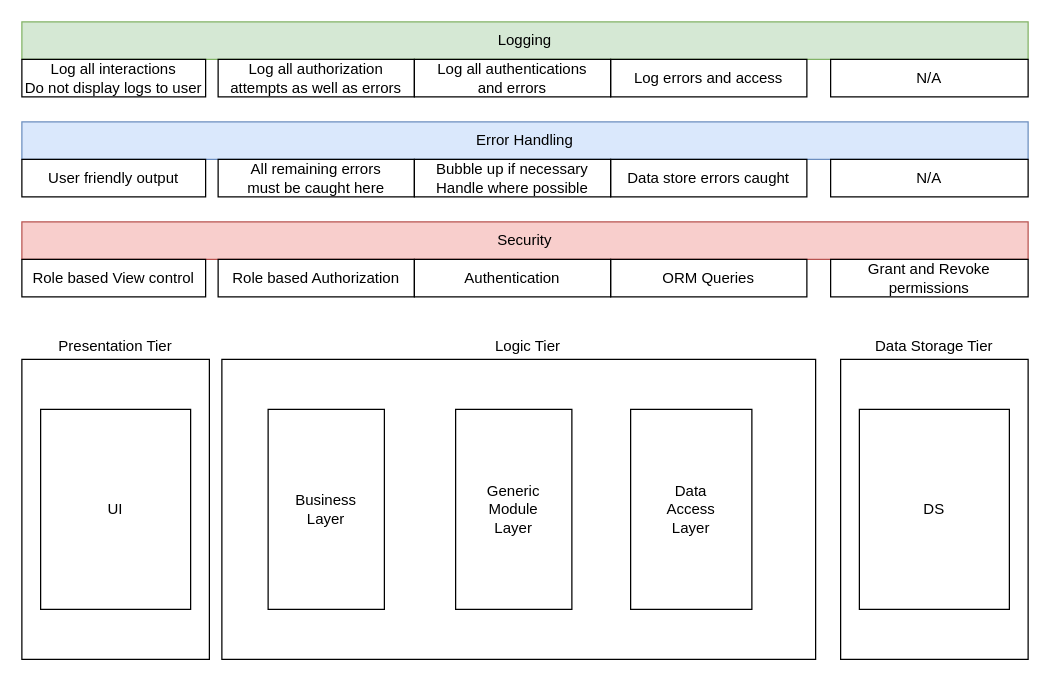
Above: Documents/Milestone 3/HighLevelDesign.drawio in Hunter3787/Saturday-Solution (draw.io), before the change. Source tidied: cells renumbered, new cells numbered last; positions are measured from the earlier drawing's top-left corner, leaving out a move shared by most shapes. Both pictures are drawn from the tidied source at 125%, with x=0, y=0 at pixel (21, 21).
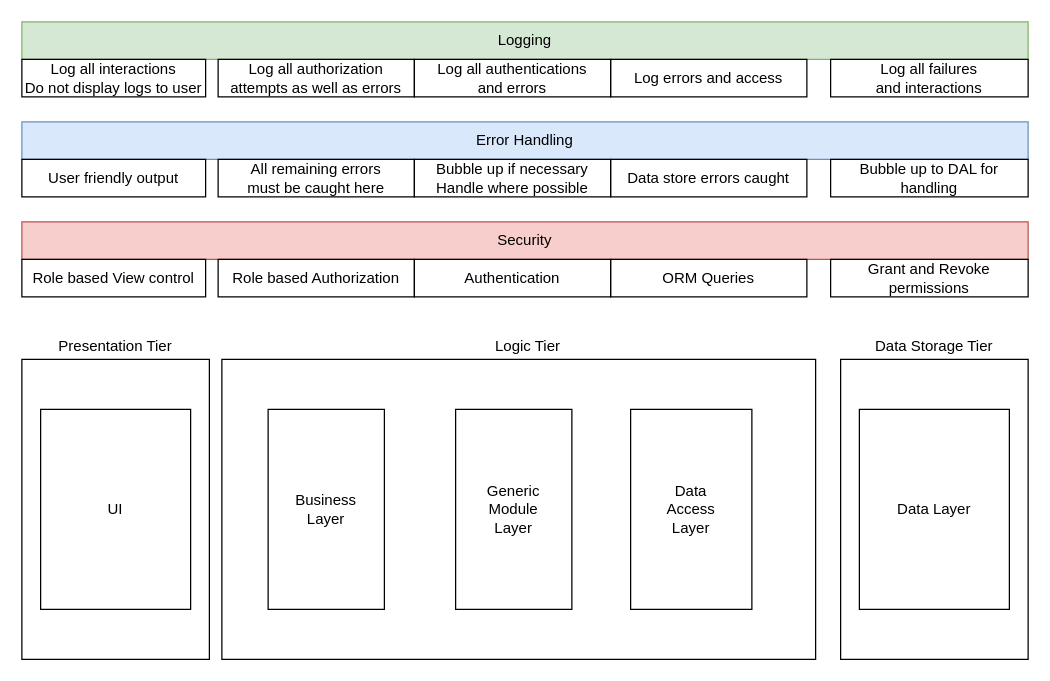
Above is the later version.

The change refers to these unchanged cells:
```xml
<mxCell id="2" style="group;" parent="1" vertex="1">
  <mxGeometry y="250" width="805" height="260" as="geometry" />
</mxCell>
<mxCell id="21" style="group;" parent="1" vertex="1">
  <mxGeometry y="80" width="805" height="60" as="geometry" />
</mxCell>
<mxCell id="28" style="group;" parent="1" vertex="1">
  <mxGeometry width="805" height="60" as="geometry" />
</mxCell>
```

What changed in the source:
```diff
@@
-    <mxCell id="7" value="DS" style="rounded=0;whiteSpace=wrap;html=1;" parent="2" vertex="1">
+    <mxCell id="7" value="Data Layer" style="rounded=0;whiteSpace=wrap;html=1;" parent="2" vertex="1">
       <mxGeometry x="670" y="60" width="120" height="160" as="geometry" />
     </mxCell>
@@
-    <mxCell id="27" value="N/A" style="rounded=0;whiteSpace=wrap;html=1;" parent="21" vertex="1">
+    <mxCell id="27" value="Bubble up to DAL for handling" style="rounded=0;whiteSpace=wrap;html=1;" parent="21" vertex="1">
       <mxGeometry x="647" y="30" width="158" height="30" as="geometry" />
     </mxCell>
@@
-    <mxCell id="34" value="N/A" style="rounded=0;whiteSpace=wrap;html=1;" parent="28" vertex="1">
+    <mxCell id="34" value="Log all failures &lt;br&gt;and interactions" style="rounded=0;whiteSpace=wrap;html=1;" parent="28" vertex="1">
       <mxGeometry x="647" y="30" width="158" height="30" as="geometry" />
     </mxCell>
```
